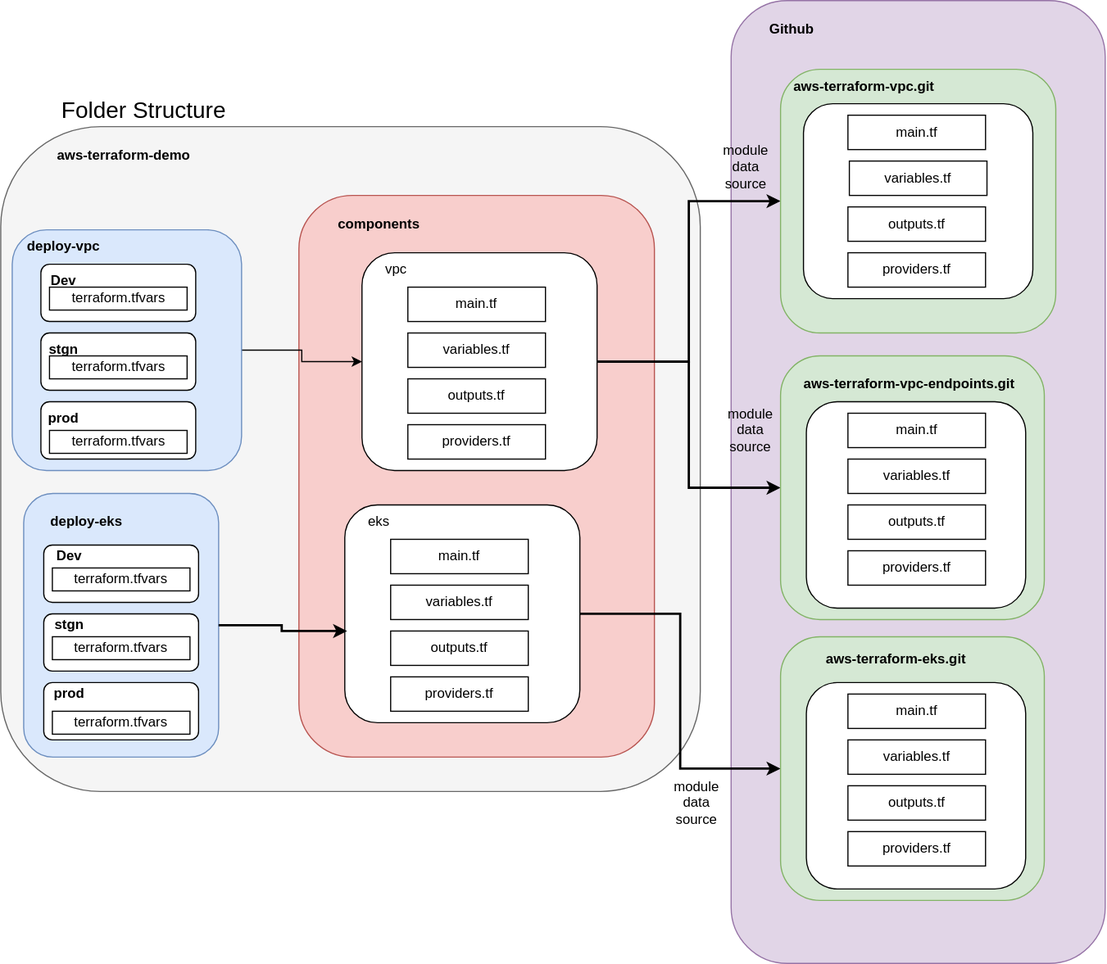
HanYangZhao/aws-terraform-demo keeps this draw.io diagram as diagrams/folder_structure.svg. Above is the earlier version. Source tidied: cells renumbered, new cells last; positions are measured from the earlier drawing's top-left corner, leaving out a move shared by most shapes.
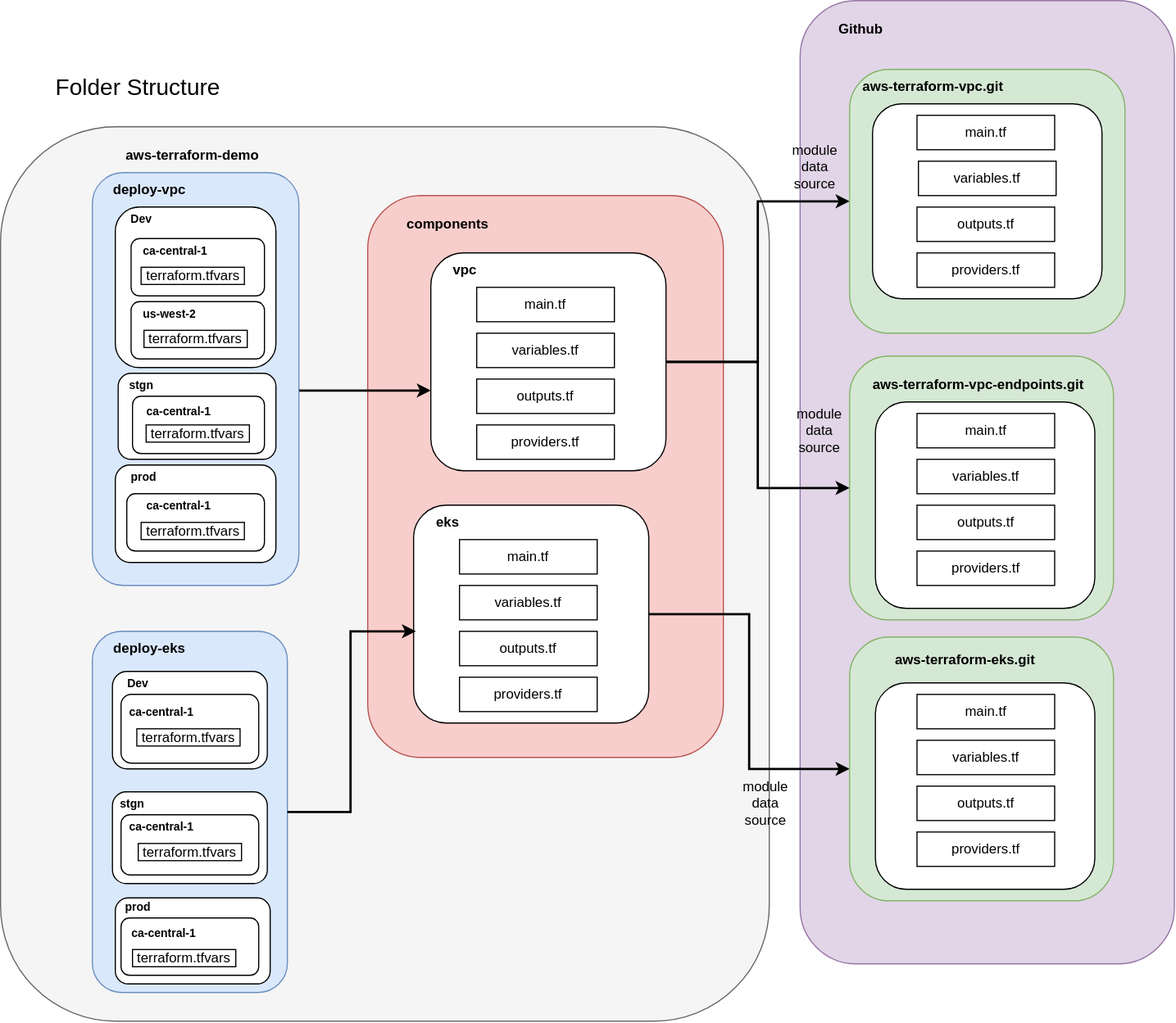
Later version of the same file.

Diff of the diagram source:
```diff
@@ -2,23 +2,27 @@
   <root>
     <mxCell id="0" />
     <mxCell id="1" parent="0" />
+    <mxCell id="3" style="rounded=1;whiteSpace=wrap;html=1;fillColor=#f5f5f5;fontColor=#333333;strokeColor=#666666;" parent="1" vertex="1">
+      <mxGeometry x="-60" y="110" width="670" height="780" as="geometry" />
+    </mxCell>
     <mxCell id="2" style="rounded=1;whiteSpace=wrap;html=1;fillColor=#e1d5e7;strokeColor=#9673a6;" parent="1" vertex="1">
       <mxGeometry x="636.9" width="326.2" height="840" as="geometry" />
     </mxCell>
-    <mxCell id="3" style="rounded=1;whiteSpace=wrap;html=1;fillColor=#f5f5f5;fontColor=#333333;strokeColor=#666666;" parent="1" vertex="1">
-      <mxGeometry y="110" width="610" height="580" as="geometry" />
-    </mxCell>
     <mxCell id="4" style="rounded=1;whiteSpace=wrap;html=1;fillColor=#f8cecc;strokeColor=#b85450;" parent="1" vertex="1">
       <mxGeometry x="260" y="170" width="310" height="490" as="geometry" />
     </mxCell>
     <mxCell id="5" value="&lt;font style=&quot;font-size: 20px;&quot;&gt;Folder Structure&lt;/font&gt;" style="text;html=1;strokeColor=none;fillColor=none;align=center;verticalAlign=middle;whiteSpace=wrap;rounded=0;" parent="1" vertex="1">
-      <mxGeometry x="20" y="80" width="210" height="30" as="geometry" />
+      <mxGeometry x="-45" y="60" width="210" height="30" as="geometry" />
     </mxCell>
-    <mxCell id="6" style="edgeStyle=orthogonalEdgeStyle;rounded=0;jettySize=auto;html=1;exitX=1;exitY=0.5;exitDx=0;exitDy=0;" parent="1" edge="1" source="7" target="10">
-      <mxGeometry relative="1" as="geometry" />
+    <mxCell id="6" style="edgeStyle=orthogonalEdgeStyle;rounded=0;jettySize=auto;html=1;exitX=0.997;exitY=0.524;exitDx=0;exitDy=0;strokeWidth=2;exitPerimeter=0;" parent="1" edge="1" source="7" target="10">
+      <mxGeometry relative="1" as="geometry">
+        <Array as="points">
+          <mxPoint x="200" y="340" />
+        </Array>
+      </mxGeometry>
     </mxCell>
     <mxCell id="7" style="rounded=1;whiteSpace=wrap;html=1;fillColor=#dae8fc;strokeColor=#6c8ebf;" parent="1" vertex="1">
-      <mxGeometry x="10" y="200" width="200" height="210" as="geometry" />
+      <mxGeometry x="20" y="150" width="180" height="360" as="geometry" />
     </mxCell>
     <mxCell id="8" style="edgeStyle=orthogonalEdgeStyle;rounded=0;jettySize=auto;html=1;exitX=1;exitY=0.5;exitDx=0;exitDy=0;entryX=0;entryY=0.5;entryDx=0;entryDy=0;strokeWidth=2;" parent="1" edge="1" source="10" target="19">
       <mxGeometry relative="1" as="geometry" />
@@ -35,12 +39,12 @@
       <mxGeometry x="315" y="220" width="205" height="190" as="geometry" />
     </mxCell>
     <mxCell id="11" value="&lt;b&gt;deploy-vpc&lt;/b&gt;" style="text;html=1;strokeColor=none;fillColor=none;align=center;verticalAlign=middle;whiteSpace=wrap;rounded=0;" parent="1" vertex="1">
-      <mxGeometry x="10" y="200" width="90" height="30" as="geometry" />
+      <mxGeometry x="25" y="150" width="90" height="30" as="geometry" />
     </mxCell>
     <mxCell id="12" style="edgeStyle=orthogonalEdgeStyle;rounded=0;orthogonalLoop=1;jettySize=auto;html=1;exitX=0.5;exitY=1;exitDx=0;exitDy=0;" parent="1" edge="1" source="7" target="7">
       <mxGeometry relative="1" as="geometry" />
     </mxCell>
-    <mxCell id="13" value="vpc" style="text;html=1;strokeColor=none;fillColor=none;align=center;verticalAlign=middle;whiteSpace=wrap;rounded=0;" parent="1" vertex="1">
+    <mxCell id="13" value="&lt;b&gt;vpc&lt;/b&gt;" style="text;html=1;strokeColor=none;fillColor=none;align=center;verticalAlign=middle;whiteSpace=wrap;rounded=0;" parent="1" vertex="1">
       <mxGeometry x="315" y="220" width="60" height="30" as="geometry" />
     </mxCell>
     <mxCell id="14" value="&lt;b&gt;components&lt;/b&gt;" style="text;html=1;strokeColor=none;fillColor=none;align=center;verticalAlign=middle;whiteSpace=wrap;rounded=0;" parent="1" vertex="1">
@@ -110,10 +114,10 @@
       <mxGeometry x="620" y="130" width="60" height="30" as="geometry" />
     </mxCell>
     <mxCell id="36" style="rounded=1;whiteSpace=wrap;html=1;fillColor=#dae8fc;strokeColor=#6c8ebf;" parent="1" vertex="1">
-      <mxGeometry x="20" y="430" width="170" height="230" as="geometry" />
+      <mxGeometry x="20" y="550" width="170" height="315" as="geometry" />
     </mxCell>
     <mxCell id="37" value="&lt;b&gt;deploy-eks&lt;/b&gt;" style="text;html=1;strokeColor=none;fillColor=none;align=center;verticalAlign=middle;whiteSpace=wrap;rounded=0;" parent="1" vertex="1">
-      <mxGeometry x="30" y="440" width="90" height="30" as="geometry" />
+      <mxGeometry x="25" y="550" width="90" height="30" as="geometry" />
     </mxCell>
     <mxCell id="38" style="edgeStyle=orthogonalEdgeStyle;rounded=0;jettySize=auto;html=1;exitX=1;exitY=0.5;exitDx=0;exitDy=0;strokeWidth=2;" parent="1" edge="1" source="39" target="46">
       <mxGeometry relative="1" as="geometry" />
@@ -121,7 +125,7 @@
     <mxCell id="39" style="rounded=1;whiteSpace=wrap;html=1;" parent="1" vertex="1">
       <mxGeometry x="300" y="440" width="205" height="190" as="geometry" />
     </mxCell>
-    <mxCell id="40" value="eks" style="text;html=1;strokeColor=none;fillColor=none;align=center;verticalAlign=middle;whiteSpace=wrap;rounded=0;" parent="1" vertex="1">
+    <mxCell id="40" value="&lt;b&gt;eks&lt;/b&gt;" style="text;html=1;strokeColor=none;fillColor=none;align=center;verticalAlign=middle;whiteSpace=wrap;rounded=0;" parent="1" vertex="1">
       <mxGeometry x="300" y="440" width="60" height="30" as="geometry" />
     </mxCell>
     <mxCell id="41" value="main.tf" style="rounded=0;whiteSpace=wrap;html=1;" parent="1" vertex="1">
@@ -149,7 +153,7 @@
       <mxGeometry x="702.5" y="595" width="191.2" height="180" as="geometry" />
     </mxCell>
     <mxCell id="49" style="rounded=1;whiteSpace=wrap;html=1;" parent="1" vertex="1">
-      <mxGeometry x="35" y="230" width="135" height="50" as="geometry" />
+      <mxGeometry x="40" y="180" width="140" height="140" as="geometry" />
     </mxCell>
     <mxCell id="50" value="main.tf" style="rounded=0;whiteSpace=wrap;html=1;" parent="1" vertex="1">
       <mxGeometry x="738.8" y="605" width="120" height="30" as="geometry" />
@@ -172,56 +176,101 @@
     <mxCell id="56" value="&lt;b&gt;Github&lt;/b&gt;" style="text;html=1;strokeColor=none;fillColor=none;align=center;verticalAlign=middle;whiteSpace=wrap;rounded=0;" parent="1" vertex="1">
       <mxGeometry x="660" y="10" width="60" height="30" as="geometry" />
     </mxCell>
-    <mxCell id="57" style="rounded=1;whiteSpace=wrap;html=1;" parent="1" vertex="1">
-      <mxGeometry x="35" y="290" width="135" height="50" as="geometry" />
-    </mxCell>
-    <mxCell id="58" style="rounded=1;whiteSpace=wrap;html=1;" parent="1" vertex="1">
-      <mxGeometry x="35" y="350" width="135" height="50" as="geometry" />
-    </mxCell>
-    <mxCell id="59" value="&lt;div&gt;terraform.tfvars&lt;/div&gt;" style="rounded=0;whiteSpace=wrap;html=1;" parent="1" vertex="1">
-      <mxGeometry x="42.5" y="250" width="120" height="20" as="geometry" />
-    </mxCell>
-    <mxCell id="60" value="&lt;div&gt;terraform.tfvars&lt;/div&gt;" style="rounded=0;whiteSpace=wrap;html=1;" parent="1" vertex="1">
-      <mxGeometry x="42.5" y="310" width="120" height="20" as="geometry" />
-    </mxCell>
-    <mxCell id="61" value="&lt;div&gt;terraform.tfvars&lt;/div&gt;" style="rounded=0;whiteSpace=wrap;html=1;" parent="1" vertex="1">
-      <mxGeometry x="42.5" y="375" width="120" height="20" as="geometry" />
-    </mxCell>
-    <mxCell id="62" value="&lt;b&gt;Dev&lt;/b&gt;" style="text;html=1;strokeColor=none;fillColor=none;align=center;verticalAlign=middle;whiteSpace=wrap;rounded=0;" parent="1" vertex="1">
-      <mxGeometry x="25" y="230" width="60" height="30" as="geometry" />
+    <mxCell id="62" value="&lt;font size=&quot;1&quot;&gt;&lt;b&gt;Dev&lt;/b&gt;&lt;/font&gt;" style="text;html=1;strokeColor=none;fillColor=none;align=center;verticalAlign=middle;whiteSpace=wrap;rounded=0;" parent="1" vertex="1">
+      <mxGeometry x="32.5" y="175" width="60" height="30" as="geometry" />
     </mxCell>
-    <mxCell id="63" value="&lt;b&gt;stgn&lt;/b&gt;" style="text;html=1;strokeColor=none;fillColor=none;align=center;verticalAlign=middle;whiteSpace=wrap;rounded=0;" parent="1" vertex="1">
-      <mxGeometry x="25" y="290" width="60" height="30" as="geometry" />
-    </mxCell>
-    <mxCell id="64" value="&lt;b&gt;prod&lt;/b&gt;" style="text;html=1;strokeColor=none;fillColor=none;align=center;verticalAlign=middle;whiteSpace=wrap;rounded=0;" parent="1" vertex="1">
-      <mxGeometry x="25" y="350" width="60" height="30" as="geometry" />
-    </mxCell>
     <mxCell id="65" style="rounded=1;whiteSpace=wrap;html=1;" parent="1" vertex="1">
-      <mxGeometry x="37.5" y="475" width="135" height="50" as="geometry" />
+      <mxGeometry x="37.5" y="585" width="135" height="85" as="geometry" />
     </mxCell>
     <mxCell id="66" style="rounded=1;whiteSpace=wrap;html=1;" parent="1" vertex="1">
-      <mxGeometry x="37.5" y="535" width="135" height="50" as="geometry" />
+      <mxGeometry x="37.5" y="690" width="135" height="80" as="geometry" />
     </mxCell>
     <mxCell id="67" style="rounded=1;whiteSpace=wrap;html=1;" parent="1" vertex="1">
-      <mxGeometry x="37.5" y="595" width="135" height="50" as="geometry" />
+      <mxGeometry x="40" y="782.5" width="135" height="75" as="geometry" />
     </mxCell>
-    <mxCell id="68" value="&lt;div&gt;terraform.tfvars&lt;/div&gt;" style="rounded=0;whiteSpace=wrap;html=1;" parent="1" vertex="1">
-      <mxGeometry x="45" y="495" width="120" height="20" as="geometry" />
-    </mxCell>
-    <mxCell id="69" value="&lt;div&gt;terraform.tfvars&lt;/div&gt;" style="rounded=0;whiteSpace=wrap;html=1;" parent="1" vertex="1">
-      <mxGeometry x="45" y="555" width="120" height="20" as="geometry" />
-    </mxCell>
-    <mxCell id="70" value="&lt;div&gt;terraform.tfvars&lt;/div&gt;" style="rounded=0;whiteSpace=wrap;html=1;" parent="1" vertex="1">
-      <mxGeometry x="45" y="620" width="120" height="20" as="geometry" />
-    </mxCell>
-    <mxCell id="71" value="&lt;b&gt;Dev&lt;/b&gt;" style="text;html=1;strokeColor=none;fillColor=none;align=center;verticalAlign=middle;whiteSpace=wrap;rounded=0;" parent="1" vertex="1">
-      <mxGeometry x="30" y="470" width="60" height="30" as="geometry" />
+    <mxCell id="71" value="&lt;font size=&quot;1&quot;&gt;&lt;b&gt;Dev&lt;/b&gt;&lt;/font&gt;" style="text;html=1;strokeColor=none;fillColor=none;align=center;verticalAlign=middle;whiteSpace=wrap;rounded=0;" parent="1" vertex="1">
+      <mxGeometry x="30" y="580" width="60" height="30" as="geometry" />
     </mxCell>
-    <mxCell id="72" value="&lt;b&gt;stgn&lt;/b&gt;" style="text;html=1;strokeColor=none;fillColor=none;align=center;verticalAlign=middle;whiteSpace=wrap;rounded=0;" parent="1" vertex="1">
-      <mxGeometry x="30" y="530" width="60" height="30" as="geometry" />
+    <mxCell id="72" value="&lt;font size=&quot;1&quot;&gt;&lt;b&gt;stgn&lt;/b&gt;&lt;/font&gt;" style="text;html=1;strokeColor=none;fillColor=none;align=center;verticalAlign=middle;whiteSpace=wrap;rounded=0;" parent="1" vertex="1">
+      <mxGeometry x="25" y="685" width="60" height="30" as="geometry" />
     </mxCell>
-    <mxCell id="73" value="&lt;b&gt;prod&lt;/b&gt;" style="text;html=1;strokeColor=none;fillColor=none;align=center;verticalAlign=middle;whiteSpace=wrap;rounded=0;" parent="1" vertex="1">
-      <mxGeometry x="30" y="590" width="60" height="30" as="geometry" />
+    <mxCell id="73" value="&lt;font size=&quot;1&quot;&gt;&lt;b&gt;prod&lt;/b&gt;&lt;/font&gt;" style="text;html=1;strokeColor=none;fillColor=none;align=center;verticalAlign=middle;whiteSpace=wrap;rounded=0;" parent="1" vertex="1">
+      <mxGeometry x="30" y="775" width="60" height="30" as="geometry" />
     </mxCell>
+    <mxCell id="74" style="rounded=1;whiteSpace=wrap;html=1;" parent="1" vertex="1">
+      <mxGeometry x="45" y="800" width="120" height="50" as="geometry" />
+    </mxCell>
+    <mxCell id="75" value="&lt;font style=&quot;font-size: 10px;&quot;&gt;ca-central-1&lt;/font&gt;" style="text;html=1;strokeColor=none;fillColor=none;align=center;verticalAlign=middle;whiteSpace=wrap;rounded=0;fontStyle=1;" parent="1" vertex="1">
+      <mxGeometry x="40" y="797.5" width="85" height="30" as="geometry" />
+    </mxCell>
+    <mxCell id="76" style="rounded=1;whiteSpace=wrap;html=1;" parent="1" vertex="1">
+      <mxGeometry x="45" y="710" width="120" height="52.5" as="geometry" />
+    </mxCell>
+    <mxCell id="69" value="&lt;div&gt;terraform.tfvars&lt;/div&gt;" style="rounded=0;whiteSpace=wrap;html=1;" parent="1" vertex="1">
+      <mxGeometry x="60" y="735" width="90" height="15" as="geometry" />
+    </mxCell>
+    <mxCell id="77" value="&lt;font style=&quot;font-size: 10px;&quot;&gt;ca-central-1&lt;/font&gt;" style="text;html=1;strokeColor=none;fillColor=none;align=center;verticalAlign=middle;whiteSpace=wrap;rounded=0;fontStyle=1;" parent="1" vertex="1">
+      <mxGeometry x="37.5" y="705" width="85" height="30" as="geometry" />
+    </mxCell>
+    <mxCell id="78" style="rounded=1;whiteSpace=wrap;html=1;" parent="1" vertex="1">
+      <mxGeometry x="45" y="605" width="120" height="60" as="geometry" />
+    </mxCell>
+    <mxCell id="79" value="&lt;font style=&quot;font-size: 10px;&quot;&gt;ca-central-1&lt;/font&gt;" style="text;html=1;strokeColor=none;fillColor=none;align=center;verticalAlign=middle;whiteSpace=wrap;rounded=0;fontStyle=1;" parent="1" vertex="1">
+      <mxGeometry x="37.5" y="605" width="85" height="30" as="geometry" />
+    </mxCell>
+    <mxCell id="80" style="rounded=1;whiteSpace=wrap;html=1;" parent="1" vertex="1">
+      <mxGeometry x="40" y="405" width="140" height="85" as="geometry" />
+    </mxCell>
+    <mxCell id="64" value="&lt;font size=&quot;1&quot;&gt;&lt;b&gt;prod&lt;/b&gt;&lt;/font&gt;" style="text;html=1;strokeColor=none;fillColor=none;align=center;verticalAlign=middle;whiteSpace=wrap;rounded=0;" parent="1" vertex="1">
+      <mxGeometry x="35" y="400" width="60" height="30" as="geometry" />
+    </mxCell>
+    <mxCell id="81" style="rounded=1;whiteSpace=wrap;html=1;" parent="1" vertex="1">
+      <mxGeometry x="50" y="430" width="120" height="50" as="geometry" />
+    </mxCell>
+    <mxCell id="82" value="&lt;font style=&quot;font-size: 10px;&quot;&gt;ca-central-1&lt;/font&gt;" style="text;html=1;strokeColor=none;fillColor=none;align=center;verticalAlign=middle;whiteSpace=wrap;rounded=0;fontStyle=1;" parent="1" vertex="1">
+      <mxGeometry x="52.5" y="425" width="85" height="30" as="geometry" />
+    </mxCell>
+    <mxCell id="83" style="rounded=1;whiteSpace=wrap;html=1;" parent="1" vertex="1">
+      <mxGeometry x="42.5" y="325" width="137.5" height="75" as="geometry" />
+    </mxCell>
+    <mxCell id="63" value="&lt;font size=&quot;1&quot;&gt;&lt;b&gt;stgn&lt;/b&gt;&lt;/font&gt;" style="text;html=1;strokeColor=none;fillColor=none;align=center;verticalAlign=middle;whiteSpace=wrap;rounded=0;" parent="1" vertex="1">
+      <mxGeometry x="32.5" y="320" width="60" height="30" as="geometry" />
+    </mxCell>
+    <mxCell id="84" style="rounded=1;whiteSpace=wrap;html=1;" parent="1" vertex="1">
+      <mxGeometry x="55" y="345" width="115" height="50" as="geometry" />
+    </mxCell>
+    <mxCell id="85" value="&lt;font style=&quot;font-size: 10px;&quot;&gt;ca-central-1&lt;/font&gt;" style="text;html=1;strokeColor=none;fillColor=none;align=center;verticalAlign=middle;whiteSpace=wrap;rounded=0;fontStyle=1;" parent="1" vertex="1">
+      <mxGeometry x="52.5" y="342.5" width="85" height="30" as="geometry" />
+    </mxCell>
+    <mxCell id="86" style="rounded=1;whiteSpace=wrap;html=1;" parent="1" vertex="1">
+      <mxGeometry x="53.8" y="207.5" width="116.2" height="50" as="geometry" />
+    </mxCell>
+    <mxCell id="87" value="&lt;font style=&quot;font-size: 10px;&quot;&gt;ca-central-1&lt;/font&gt;" style="text;html=1;strokeColor=none;fillColor=none;align=center;verticalAlign=middle;whiteSpace=wrap;rounded=0;fontStyle=1;" parent="1" vertex="1">
+      <mxGeometry x="50" y="202.5" width="85" height="30" as="geometry" />
+    </mxCell>
+    <mxCell id="88" style="rounded=1;whiteSpace=wrap;html=1;" parent="1" vertex="1">
+      <mxGeometry x="53.8" y="262.5" width="116.2" height="50" as="geometry" />
+    </mxCell>
+    <mxCell id="89" value="&lt;font style=&quot;font-size: 10px;&quot;&gt;us-west-2&lt;/font&gt;" style="text;html=1;strokeColor=none;fillColor=none;align=center;verticalAlign=middle;whiteSpace=wrap;rounded=0;fontStyle=1;" parent="1" vertex="1">
+      <mxGeometry x="45" y="257.5" width="85" height="30" as="geometry" />
+    </mxCell>
+    <mxCell id="90" value="&lt;div&gt;terraform.tfvars&lt;/div&gt;" style="rounded=0;whiteSpace=wrap;html=1;" parent="1" vertex="1">
+      <mxGeometry x="58.8" y="635" width="90" height="15" as="geometry" />
+    </mxCell>
+    <mxCell id="91" value="&lt;div&gt;terraform.tfvars&lt;/div&gt;" style="rounded=0;whiteSpace=wrap;html=1;" parent="1" vertex="1">
+      <mxGeometry x="55" y="827.5" width="90" height="15" as="geometry" />
+    </mxCell>
+    <mxCell id="92" value="&lt;div&gt;terraform.tfvars&lt;/div&gt;" style="rounded=0;whiteSpace=wrap;html=1;" parent="1" vertex="1">
+      <mxGeometry x="62.5" y="455" width="90" height="15" as="geometry" />
+    </mxCell>
+    <mxCell id="93" value="&lt;div&gt;terraform.tfvars&lt;/div&gt;" style="rounded=0;whiteSpace=wrap;html=1;" parent="1" vertex="1">
+      <mxGeometry x="66.9" y="370" width="90" height="15" as="geometry" />
+    </mxCell>
+    <mxCell id="94" value="&lt;div&gt;terraform.tfvars&lt;/div&gt;" style="rounded=0;whiteSpace=wrap;html=1;" parent="1" vertex="1">
+      <mxGeometry x="65" y="287.5" width="90" height="15" as="geometry" />
+    </mxCell>
+    <mxCell id="95" value="&lt;div&gt;terraform.tfvars&lt;/div&gt;" style="rounded=0;whiteSpace=wrap;html=1;" parent="1" vertex="1">
+      <mxGeometry x="62.5" y="232.5" width="90" height="15" as="geometry" />
+    </mxCell>
   </root>
 </mxGraphModel>
```
